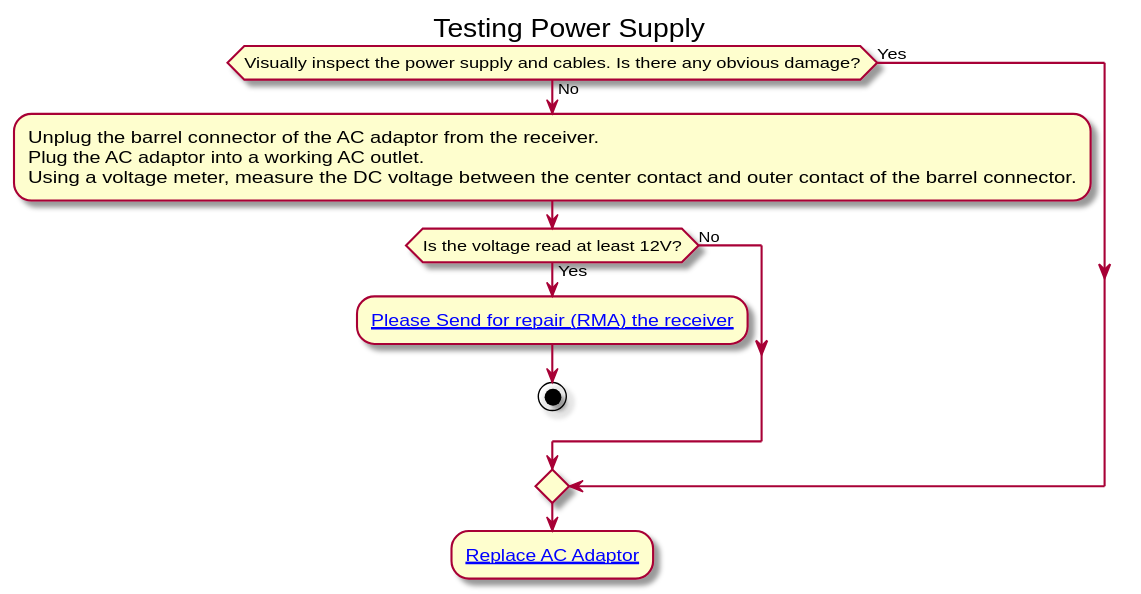
rfhero/rfhero.github.io keeps this PlantUML diagram as docs/powersupply.svg. Above is the earlier version.
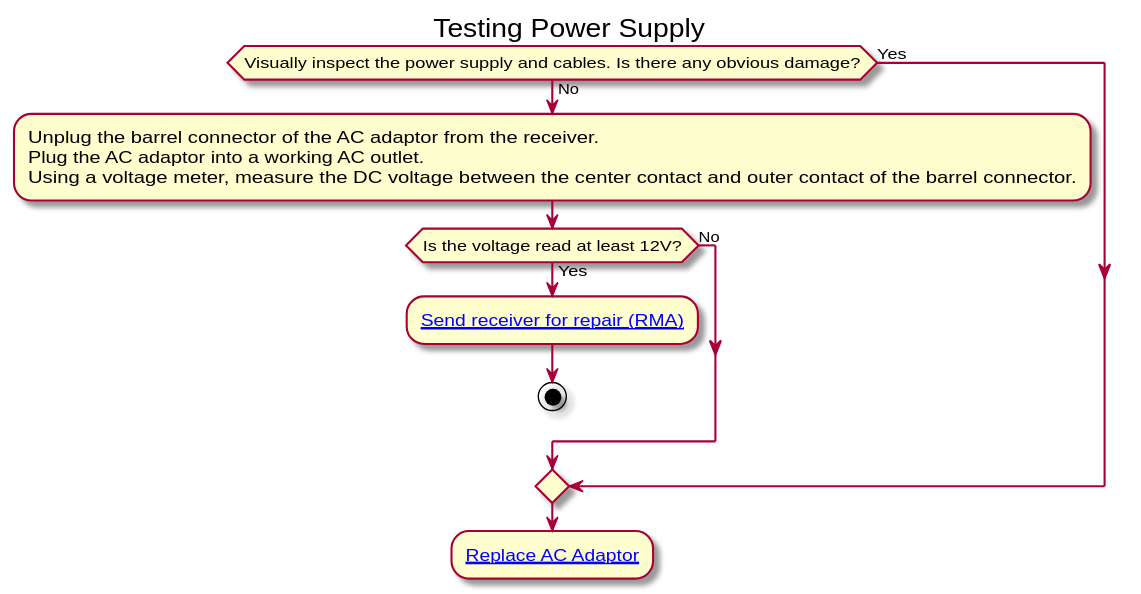
The same file after the commit.

Commit message:
Changed wording for RMA

What changed in the source:
```diff
@@ -4,7 +4,7 @@
 else (No)
     :Unplug the barrel connector of the AC adaptor from the receiver.\nPlug the AC adaptor into a working AC outlet.\nUsing a voltage meter, measure the DC voltage between the center contact and outer contact of the barrel connector.;
     if (Is the voltage read at least 12V?) then (Yes)
-        :[[http://rfhero.com/request-rma.php{Click here to go to the Send for repair (RMA) page.}Please Send for repair (RMA) the receiver]];
+        :[[http://rfhero.com/request-rma.php{Click here to go to the Send for repair (RMA) page.}Send receiver for repair (RMA)]];
         stop
     else (No)
     endif
```
